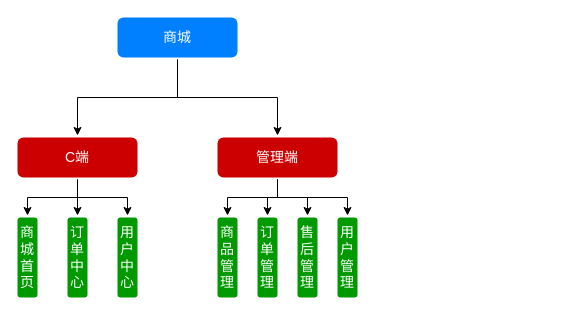
Earlier version of the draw.io diagram 业务架构.drawio (kuangziyang/shop-design). Source tidied: cells renumbered, new cells numbered last; positions are measured from the earlier drawing's top-left corner, leaving out a move shared by most shapes. Both pictures are drawn from the tidied source at 100%, with x=0, y=0 at pixel (17, 17).
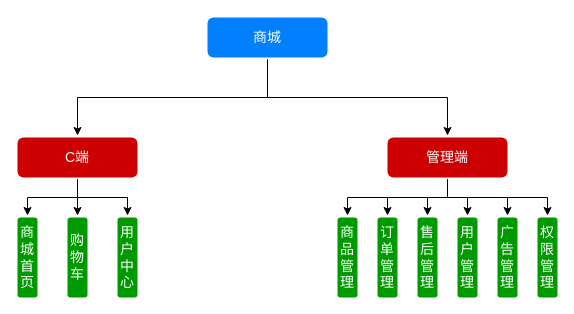
The same page after the edit.

The edit, as a diff of the source:
```diff
@@
     <mxCell id="4" value="商城" style="rounded=1;whiteSpace=wrap;html=1;strokeColor=none;strokeWidth=3;perimeterSpacing=2;fontSize=14;fontColor=#FFFFFF;fillColor=#007FFF;" parent="1" vertex="1">
-      <mxGeometry x="100" width="120" height="40" as="geometry" />
+      <mxGeometry x="190" width="120" height="40" as="geometry" />
     </mxCell>
@@
+    <mxCell id="21" style="edgeStyle=orthogonalEdgeStyle;rounded=0;jettySize=auto;html=1;exitX=0.5;exitY=1;exitDx=0;exitDy=0;entryX=0.5;entryY=0;entryDx=0;entryDy=0;" parent="1" edge="1" source="13" target="23">
+      <mxGeometry relative="1" as="geometry" />
+    </mxCell>
+    <mxCell id="22" style="edgeStyle=orthogonalEdgeStyle;rounded=0;jettySize=auto;html=1;exitX=0.5;exitY=1;exitDx=0;exitDy=0;" parent="1" edge="1" source="13" target="24">
+      <mxGeometry relative="1" as="geometry">
+        <Array as="points">
+          <mxPoint x="430" y="180" />
+          <mxPoint x="530" y="180" />
+        </Array>
+      </mxGeometry>
+    </mxCell>
     <mxCell id="13" value="管理端" style="rounded=1;whiteSpace=wrap;html=1;strokeColor=none;strokeWidth=3;perimeterSpacing=2;fontSize=14;fontColor=#FFFFFF;fillColor=#CC0000;" parent="1" vertex="1">
-      <mxGeometry x="200" y="120" width="120" height="40" as="geometry" />
+      <mxGeometry x="370" y="120" width="120" height="40" as="geometry" />
     </mxCell>
@@
-    <mxCell id="15" value="订单中心" style="rounded=1;whiteSpace=wrap;html=1;strokeColor=none;strokeWidth=3;perimeterSpacing=2;fontSize=14;fontColor=#FFFFFF;fillColor=#009900;" parent="1" vertex="1">
+    <mxCell id="15" value="购物车" style="rounded=1;whiteSpace=wrap;html=1;strokeColor=none;strokeWidth=3;perimeterSpacing=2;fontSize=14;fontColor=#FFFFFF;fillColor=#009900;" parent="1" vertex="1">
       <mxGeometry x="50" y="200" width="20" height="80" as="geometry" />
     </mxCell>
@@
     <mxCell id="17" value="商品管理" style="rounded=1;whiteSpace=wrap;html=1;strokeColor=none;strokeWidth=3;perimeterSpacing=2;fontSize=14;fontColor=#FFFFFF;fillColor=#009900;" parent="1" vertex="1">
-      <mxGeometry x="200" y="200" width="20" height="80" as="geometry" />
+      <mxGeometry x="320" y="200" width="20" height="80" as="geometry" />
     </mxCell>
     <mxCell id="18" value="订单管理" style="rounded=1;whiteSpace=wrap;html=1;strokeColor=none;strokeWidth=3;perimeterSpacing=2;fontSize=14;fontColor=#FFFFFF;fillColor=#009900;" parent="1" vertex="1">
-      <mxGeometry x="240" y="200" width="20" height="80" as="geometry" />
+      <mxGeometry x="360" y="200" width="20" height="80" as="geometry" />
     </mxCell>
     <mxCell id="19" value="售后管理" style="rounded=1;whiteSpace=wrap;html=1;strokeColor=none;strokeWidth=3;perimeterSpacing=2;fontSize=14;fontColor=#FFFFFF;fillColor=#009900;" parent="1" vertex="1">
-      <mxGeometry x="280" y="200" width="20" height="80" as="geometry" />
+      <mxGeometry x="400" y="200" width="20" height="80" as="geometry" />
     </mxCell>
     <mxCell id="20" value="用户管理" style="rounded=1;whiteSpace=wrap;html=1;strokeColor=none;strokeWidth=3;perimeterSpacing=2;fontSize=14;fontColor=#FFFFFF;fillColor=#009900;" parent="1" vertex="1">
-      <mxGeometry x="320" y="200" width="20" height="80" as="geometry" />
+      <mxGeometry x="440" y="200" width="20" height="80" as="geometry" />
     </mxCell>
+    <mxCell id="23" value="广告管理" style="rounded=1;whiteSpace=wrap;html=1;strokeColor=none;strokeWidth=3;perimeterSpacing=2;fontSize=14;fontColor=#FFFFFF;fillColor=#009900;" parent="1" vertex="1">
+      <mxGeometry x="480" y="200" width="20" height="80" as="geometry" />
+    </mxCell>
+    <mxCell id="24" value="权限&lt;br&gt;管理" style="rounded=1;whiteSpace=wrap;html=1;strokeColor=none;strokeWidth=3;perimeterSpacing=2;fontSize=14;fontColor=#FFFFFF;fillColor=#009900;" parent="1" vertex="1">
+      <mxGeometry x="520" y="200" width="20" height="80" as="geometry" />
+    </mxCell>
```
